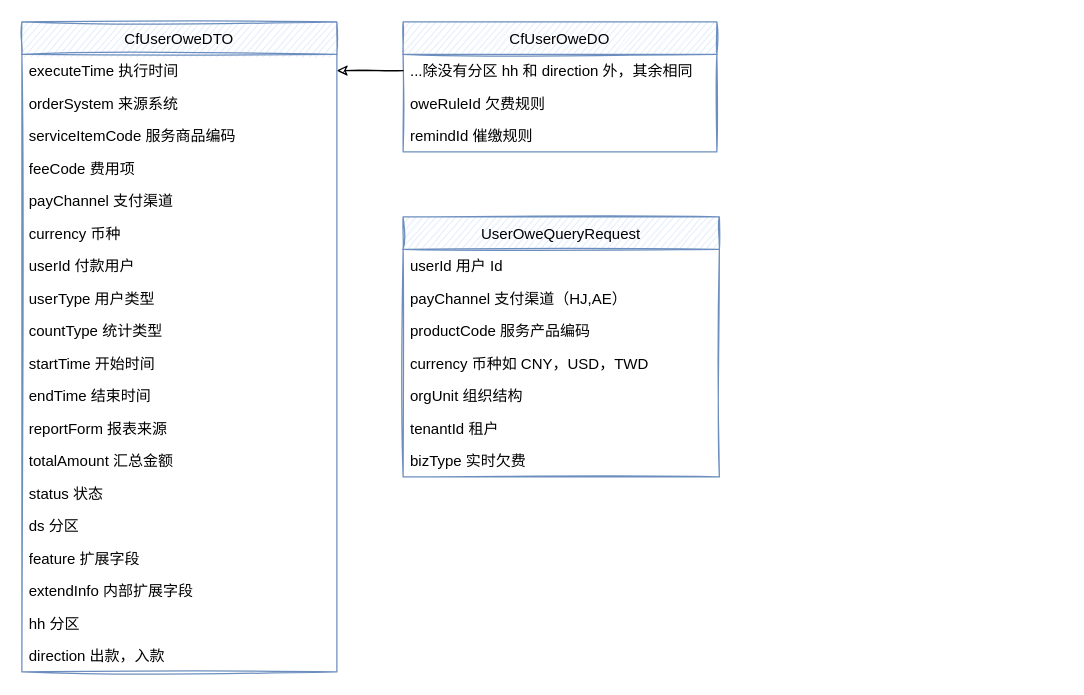
This is page "欠费接口-cfApi" (4 of 4) of Untitled Diagram.drawio from Lichit-bot/hello-computer, a draw.io file, before an edit. Source tidied: cells renumbered, new cells numbered last; positions are measured from the earlier drawing's top-left corner, leaving out a move shared by most shapes. Both pictures are drawn from the tidied source at 125%, with x=0, y=0 at pixel (21, 21).
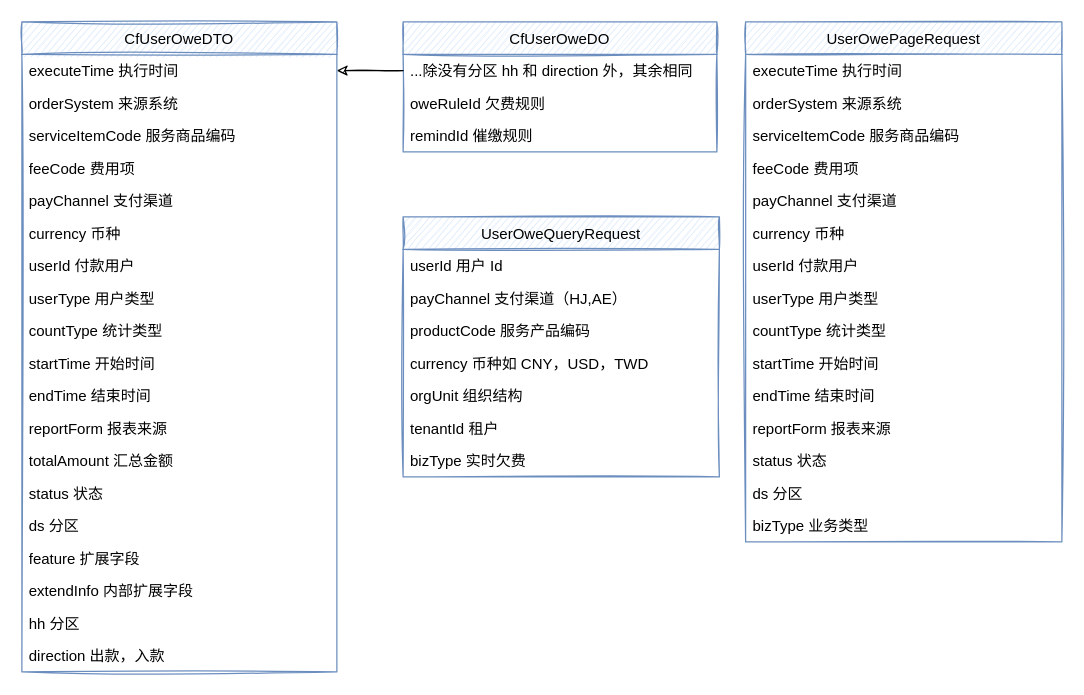
The same diagram, later.

Change to the diagram source:
```diff
@@
+    <mxCell id="35" value="UserOwePageRequest" style="swimlane;fontStyle=0;horizontal=1;startSize=26;sketch=1;fillColor=#dae8fc;strokeColor=#6c8ebf;" parent="1" vertex="1">
+      <mxGeometry x="579" width="253" height="416" as="geometry" />
+    </mxCell>
+    <mxCell id="36" value="executeTime 执行时间" style="text;strokeColor=none;fillColor=none;align=left;verticalAlign=top;spacingLeft=4;spacingRight=4;overflow=hidden;" parent="35" vertex="1">
+      <mxGeometry y="26" width="253" height="26" as="geometry" />
+    </mxCell>
+    <mxCell id="37" value="orderSystem 来源系统" style="text;strokeColor=none;fillColor=none;align=left;verticalAlign=top;spacingLeft=4;spacingRight=4;overflow=hidden;" parent="35" vertex="1">
+      <mxGeometry y="52" width="253" height="26" as="geometry" />
+    </mxCell>
+    <mxCell id="38" value="serviceItemCode 服务商品编码" style="text;strokeColor=none;fillColor=none;align=left;verticalAlign=top;spacingLeft=4;spacingRight=4;overflow=hidden;" parent="35" vertex="1">
+      <mxGeometry y="78" width="253" height="26" as="geometry" />
+    </mxCell>
+    <mxCell id="39" value="feeCode 费用项" style="text;strokeColor=none;fillColor=none;align=left;verticalAlign=top;spacingLeft=4;spacingRight=4;overflow=hidden;" parent="35" vertex="1">
+      <mxGeometry y="104" width="253" height="26" as="geometry" />
+    </mxCell>
+    <mxCell id="40" value="payChannel 支付渠道" style="text;strokeColor=none;fillColor=none;align=left;verticalAlign=top;spacingLeft=4;spacingRight=4;overflow=hidden;" parent="35" vertex="1">
+      <mxGeometry y="130" width="253" height="26" as="geometry" />
+    </mxCell>
+    <mxCell id="41" value="currency 币种" style="text;strokeColor=none;fillColor=none;align=left;verticalAlign=top;spacingLeft=4;spacingRight=4;overflow=hidden;" parent="35" vertex="1">
+      <mxGeometry y="156" width="253" height="26" as="geometry" />
+    </mxCell>
+    <mxCell id="42" value="userId 付款用户" style="text;strokeColor=none;fillColor=none;align=left;verticalAlign=top;spacingLeft=4;spacingRight=4;overflow=hidden;" parent="35" vertex="1">
+      <mxGeometry y="182" width="253" height="26" as="geometry" />
+    </mxCell>
+    <mxCell id="43" value="userType 用户类型" style="text;strokeColor=none;fillColor=none;align=left;verticalAlign=top;spacingLeft=4;spacingRight=4;overflow=hidden;" parent="35" vertex="1">
+      <mxGeometry y="208" width="253" height="26" as="geometry" />
+    </mxCell>
+    <mxCell id="44" value="countType 统计类型" style="text;strokeColor=none;fillColor=none;align=left;verticalAlign=top;spacingLeft=4;spacingRight=4;overflow=hidden;" parent="35" vertex="1">
+      <mxGeometry y="234" width="253" height="26" as="geometry" />
+    </mxCell>
+    <mxCell id="45" value="startTime 开始时间" style="text;strokeColor=none;fillColor=none;align=left;verticalAlign=top;spacingLeft=4;spacingRight=4;overflow=hidden;" parent="35" vertex="1">
+      <mxGeometry y="260" width="253" height="26" as="geometry" />
+    </mxCell>
+    <mxCell id="46" value="endTime 结束时间" style="text;strokeColor=none;fillColor=none;align=left;verticalAlign=top;spacingLeft=4;spacingRight=4;overflow=hidden;" parent="35" vertex="1">
+      <mxGeometry y="286" width="253" height="26" as="geometry" />
+    </mxCell>
+    <mxCell id="47" value="reportForm 报表来源" style="text;strokeColor=none;fillColor=none;align=left;verticalAlign=top;spacingLeft=4;spacingRight=4;overflow=hidden;" parent="35" vertex="1">
+      <mxGeometry y="312" width="253" height="26" as="geometry" />
+    </mxCell>
+    <mxCell id="48" value="status 状态" style="text;strokeColor=none;fillColor=none;align=left;verticalAlign=top;spacingLeft=4;spacingRight=4;overflow=hidden;" parent="35" vertex="1">
+      <mxGeometry y="338" width="253" height="26" as="geometry" />
+    </mxCell>
+    <mxCell id="49" value="ds 分区" style="text;strokeColor=none;fillColor=none;align=left;verticalAlign=top;spacingLeft=4;spacingRight=4;overflow=hidden;" parent="35" vertex="1">
+      <mxGeometry y="364" width="253" height="26" as="geometry" />
+    </mxCell>
+    <mxCell id="50" value="bizType 业务类型" style="text;strokeColor=none;fillColor=none;align=left;verticalAlign=top;spacingLeft=4;spacingRight=4;overflow=hidden;" parent="35" vertex="1">
+      <mxGeometry y="390" width="253" height="26" as="geometry" />
+    </mxCell>
```
